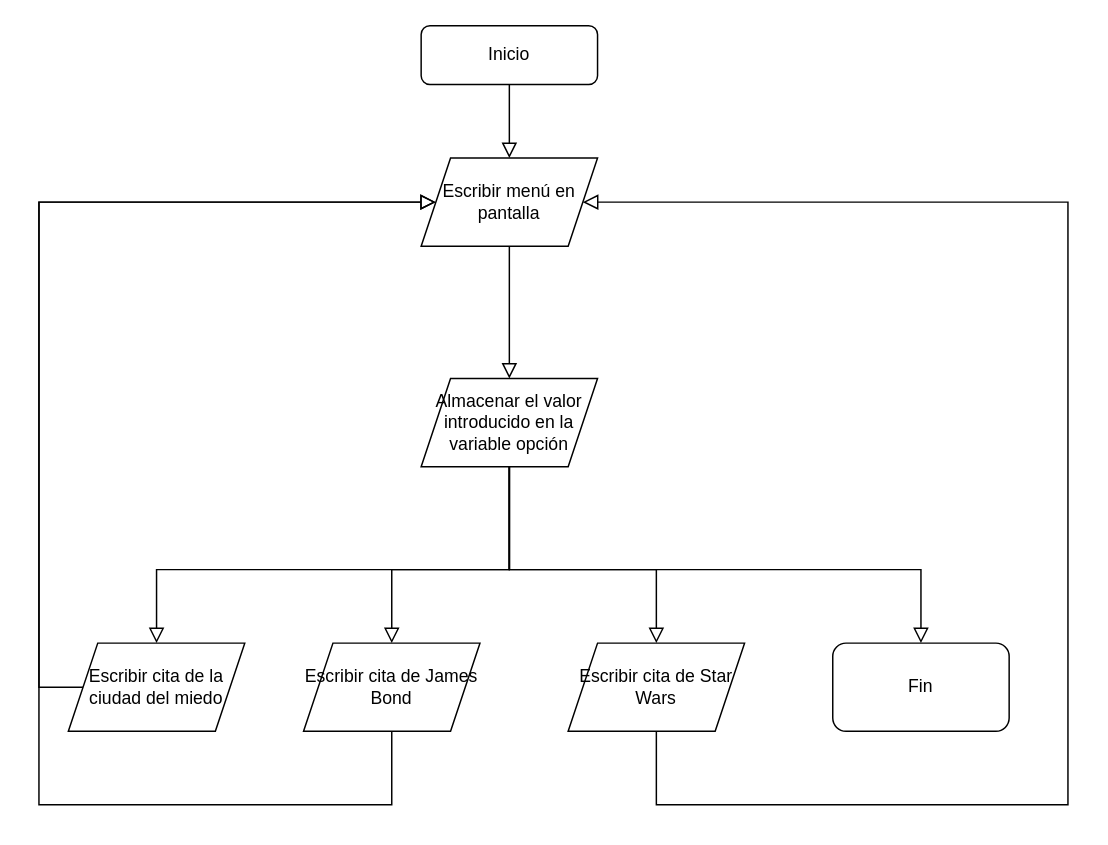
Patriesc/LosBucles keeps this draw.io diagram as Diagramas de flujo/citasPeliculas.drawio. Above is the earlier version. Source tidied: cells renumbered, new cells numbered last; positions are measured from the earlier drawing's top-left corner, leaving out a move shared by most shapes. Both pictures are drawn from the tidied source at 147%, with x=0, y=0 at pixel (38, 25).
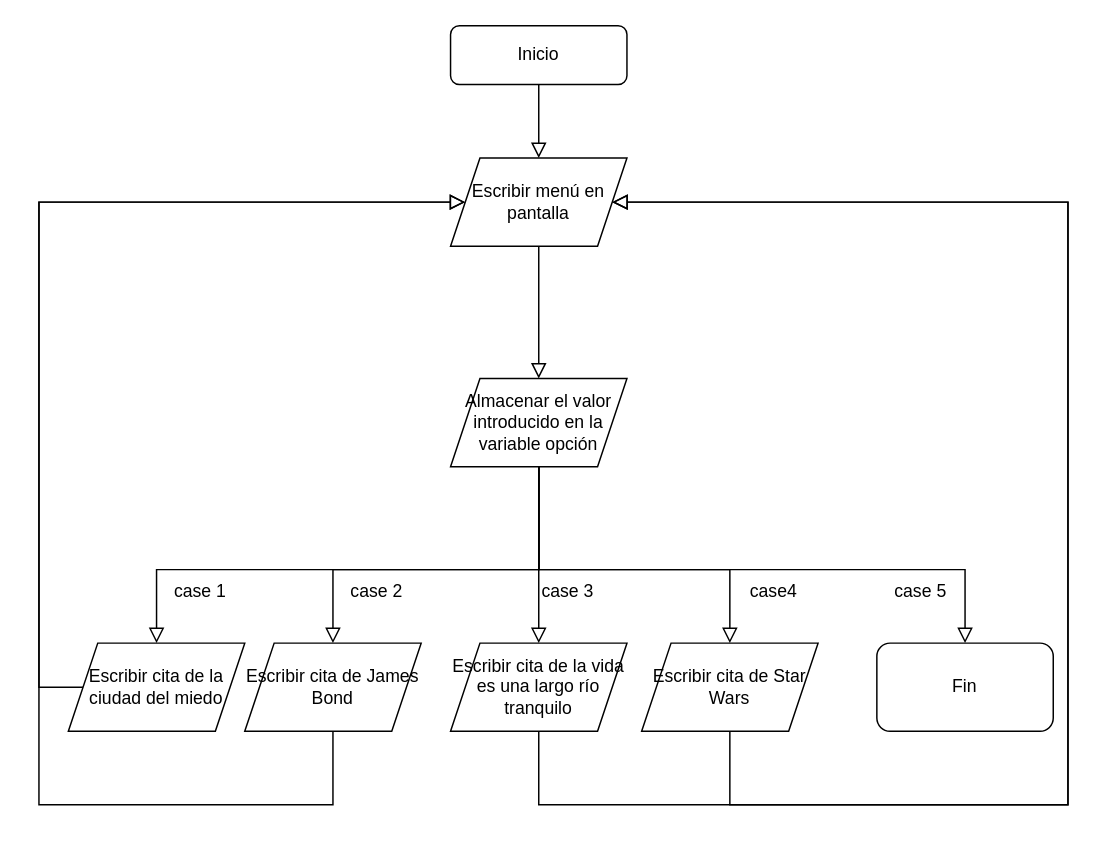
The same diagram, later.

The change refers to these unchanged cells:
```xml
<mxCell id="8" value="Escribir cita de la ciudad del miedo" style="shape=parallelogram;perimeter=parallelogramPerimeter;whiteSpace=wrap;html=1;fixedSize=1;" parent="1" vertex="1">
  <mxGeometry x="20" y="420" width="120" height="60" as="geometry" />
</mxCell>
```

Diff of the diagram source:
```diff
@@
     <mxCell id="3" value="Inicio" style="rounded=1;whiteSpace=wrap;html=1;fontSize=12;glass=0;strokeWidth=1;shadow=0;" parent="1" vertex="1">
-      <mxGeometry x="260" width="120" height="40" as="geometry" />
+      <mxGeometry x="280" width="120" height="40" as="geometry" />
     </mxCell>
     <mxCell id="4" value="Escribir menú en pantalla" style="shape=parallelogram;perimeter=parallelogramPerimeter;whiteSpace=wrap;html=1;fixedSize=1;" parent="1" vertex="1">
-      <mxGeometry x="260" y="90" width="120" height="60" as="geometry" />
+      <mxGeometry x="280" y="90" width="120" height="60" as="geometry" />
     </mxCell>
     <mxCell id="5" value="Almacenar el valor introducido en la variable opción" style="shape=parallelogram;perimeter=parallelogramPerimeter;whiteSpace=wrap;html=1;fixedSize=1;" parent="1" vertex="1">
-      <mxGeometry x="260" y="240" width="120" height="60" as="geometry" />
+      <mxGeometry x="280" y="240" width="120" height="60" as="geometry" />
     </mxCell>
     <mxCell id="6" style="rounded=0;html=1;jettySize=auto;fontSize=11;endArrow=block;endFill=0;endSize=8;strokeWidth=1;shadow=0;labelBackgroundColor=none;edgeStyle=orthogonalEdgeStyle;exitX=0.5;exitY=1;exitDx=0;exitDy=0;entryX=0.5;entryY=0;entryDx=0;entryDy=0;" parent="1" edge="1" source="4" target="5">
       <mxGeometry relative="1" as="geometry">
         <Array as="points">
-          <mxPoint x="320" y="220" />
-          <mxPoint x="320" y="220" />
+          <mxPoint x="340" y="150" />
         </Array>
       </mxGeometry>
     </mxCell>
     <mxCell id="7" style="rounded=0;html=1;jettySize=auto;fontSize=11;endArrow=block;endFill=0;endSize=8;strokeWidth=1;shadow=0;labelBackgroundColor=none;edgeStyle=orthogonalEdgeStyle;exitX=0.5;exitY=1;exitDx=0;exitDy=0;" parent="1" edge="1" source="5" target="8">
       <mxGeometry relative="1" as="geometry">
         <Array as="points">
-          <mxPoint x="320" y="370" />
+          <mxPoint x="340" y="370" />
           <mxPoint x="80" y="370" />
         </Array>
       </mxGeometry>
     </mxCell>
@@
     <mxCell id="9" value="Escribir cita de James Bond" style="shape=parallelogram;perimeter=parallelogramPerimeter;whiteSpace=wrap;html=1;fixedSize=1;" parent="1" vertex="1">
-      <mxGeometry x="180" y="420" width="120" height="60" as="geometry" />
+      <mxGeometry x="140" y="420" width="120" height="60" as="geometry" />
     </mxCell>
     <mxCell id="10" value="Escribir cita de Star Wars" style="shape=parallelogram;perimeter=parallelogramPerimeter;whiteSpace=wrap;html=1;fixedSize=1;" parent="1" vertex="1">
-      <mxGeometry x="360" y="420" width="120" height="60" as="geometry" />
+      <mxGeometry x="410" y="420" width="120" height="60" as="geometry" />
     </mxCell>
     <mxCell id="11" value="Fin" style="rounded=1;whiteSpace=wrap;html=1;" parent="1" vertex="1">
-      <mxGeometry x="540" y="420" width="120" height="60" as="geometry" />
+      <mxGeometry x="570" y="420" width="120" height="60" as="geometry" />
     </mxCell>
     <mxCell id="12" style="rounded=0;html=1;jettySize=auto;fontSize=11;endArrow=block;endFill=0;endSize=8;strokeWidth=1;shadow=0;labelBackgroundColor=none;edgeStyle=orthogonalEdgeStyle;exitX=0.5;exitY=1;exitDx=0;exitDy=0;entryX=0.5;entryY=0;entryDx=0;entryDy=0;" parent="1" edge="1" source="5" target="9">
       <mxGeometry relative="1" as="geometry">
         <Array as="points">
-          <mxPoint x="320" y="370" />
-          <mxPoint x="240" y="370" />
+          <mxPoint x="340" y="370" />
+          <mxPoint x="200" y="370" />
         </Array>
       </mxGeometry>
     </mxCell>
     <mxCell id="13" style="rounded=0;html=1;jettySize=auto;fontSize=11;endArrow=block;endFill=0;endSize=8;strokeWidth=1;shadow=0;labelBackgroundColor=none;edgeStyle=orthogonalEdgeStyle;exitX=0.5;exitY=1;exitDx=0;exitDy=0;entryX=0.5;entryY=0;entryDx=0;entryDy=0;" parent="1" edge="1" source="5" target="10">
       <mxGeometry relative="1" as="geometry">
         <Array as="points">
-          <mxPoint x="320" y="370" />
-          <mxPoint x="420" y="370" />
+          <mxPoint x="340" y="370" />
+          <mxPoint x="470" y="370" />
         </Array>
       </mxGeometry>
     </mxCell>
     <mxCell id="14" style="rounded=0;html=1;jettySize=auto;fontSize=11;endArrow=block;endFill=0;endSize=8;strokeWidth=1;shadow=0;labelBackgroundColor=none;edgeStyle=orthogonalEdgeStyle;entryX=0.5;entryY=0;entryDx=0;entryDy=0;" parent="1" edge="1" target="11">
       <mxGeometry relative="1" as="geometry">
-        <mxPoint x="320" y="300" as="sourcePoint" />
+        <mxPoint x="340" y="300" as="sourcePoint" />
         <Array as="points">
-          <mxPoint x="320" y="370" />
-          <mxPoint x="600" y="370" />
+          <mxPoint x="340" y="300" />
+          <mxPoint x="340" y="370" />
+          <mxPoint x="630" y="370" />
         </Array>
       </mxGeometry>
     </mxCell>
@@
     <mxCell id="16" style="rounded=0;html=1;jettySize=auto;fontSize=11;endArrow=block;endFill=0;endSize=8;strokeWidth=1;shadow=0;labelBackgroundColor=none;edgeStyle=orthogonalEdgeStyle;exitX=0.5;exitY=1;exitDx=0;exitDy=0;entryX=0;entryY=0.5;entryDx=0;entryDy=0;" parent="1" edge="1" source="9" target="4">
       <mxGeometry relative="1" as="geometry">
         <Array as="points">
-          <mxPoint x="240" y="530" />
+          <mxPoint x="200" y="530" />
           <mxPoint y="530" />
           <mxPoint y="120" />
         </Array>
       </mxGeometry>
     </mxCell>
     <mxCell id="17" style="rounded=0;html=1;jettySize=auto;fontSize=11;endArrow=block;endFill=0;endSize=8;strokeWidth=1;shadow=0;labelBackgroundColor=none;edgeStyle=orthogonalEdgeStyle;exitX=0.5;exitY=1;exitDx=0;exitDy=0;" parent="1" edge="1" source="10">
       <mxGeometry relative="1" as="geometry">
-        <mxPoint x="370" y="120" as="targetPoint" />
+        <mxPoint x="390" y="120" as="targetPoint" />
         <Array as="points">
-          <mxPoint x="420" y="530" />
+          <mxPoint x="470" y="530" />
           <mxPoint x="700" y="530" />
           <mxPoint x="700" y="120" />
         </Array>
       </mxGeometry>
     </mxCell>
+    <mxCell id="18" value="Escribir cita de la vida es una largo río tranquilo" style="shape=parallelogram;perimeter=parallelogramPerimeter;whiteSpace=wrap;html=1;fixedSize=1;" parent="1" vertex="1">
+      <mxGeometry x="280" y="420" width="120" height="60" as="geometry" />
+    </mxCell>
+    <mxCell id="19" style="rounded=0;html=1;jettySize=auto;fontSize=11;endArrow=block;endFill=0;endSize=8;strokeWidth=1;shadow=0;labelBackgroundColor=none;edgeStyle=orthogonalEdgeStyle;exitX=0.5;exitY=1;exitDx=0;exitDy=0;entryX=0.5;entryY=0;entryDx=0;entryDy=0;" parent="1" edge="1" source="5" target="18">
+      <mxGeometry relative="1" as="geometry">
+        <Array as="points">
+          <mxPoint x="340" y="350" />
+          <mxPoint x="340" y="350" />
+        </Array>
+      </mxGeometry>
+    </mxCell>
+    <mxCell id="20" style="rounded=0;html=1;jettySize=auto;fontSize=11;endArrow=block;endFill=0;endSize=8;strokeWidth=1;shadow=0;labelBackgroundColor=none;edgeStyle=orthogonalEdgeStyle;entryX=1;entryY=0.5;entryDx=0;entryDy=0;exitX=0.5;exitY=1;exitDx=0;exitDy=0;" parent="1" edge="1" source="18" target="4">
+      <mxGeometry relative="1" as="geometry">
+        <Array as="points">
+          <mxPoint x="340" y="530" />
+          <mxPoint x="700" y="530" />
+          <mxPoint x="700" y="120" />
+        </Array>
+      </mxGeometry>
+    </mxCell>
+    <mxCell id="21" value="case 1" style="text;html=1;strokeColor=none;fillColor=none;align=center;verticalAlign=middle;whiteSpace=wrap;rounded=0;" parent="1" vertex="1">
+      <mxGeometry x="80" y="370" width="60" height="30" as="geometry" />
+    </mxCell>
+    <mxCell id="22" value="case 2" style="text;html=1;strokeColor=none;fillColor=none;align=center;verticalAlign=middle;whiteSpace=wrap;rounded=0;" parent="1" vertex="1">
+      <mxGeometry x="200" y="370" width="60" height="30" as="geometry" />
+    </mxCell>
+    <mxCell id="23" value="case 3" style="text;html=1;strokeColor=none;fillColor=none;align=center;verticalAlign=middle;whiteSpace=wrap;rounded=0;" parent="1" vertex="1">
+      <mxGeometry x="330" y="370" width="60" height="30" as="geometry" />
+    </mxCell>
+    <mxCell id="24" value="case4" style="text;html=1;strokeColor=none;fillColor=none;align=center;verticalAlign=middle;whiteSpace=wrap;rounded=0;" parent="1" vertex="1">
+      <mxGeometry x="470" y="370" width="60" height="30" as="geometry" />
+    </mxCell>
+    <mxCell id="25" value="case 5" style="text;html=1;strokeColor=none;fillColor=none;align=center;verticalAlign=middle;whiteSpace=wrap;rounded=0;" parent="1" vertex="1">
+      <mxGeometry x="570" y="370" width="60" height="30" as="geometry" />
+    </mxCell>
```
